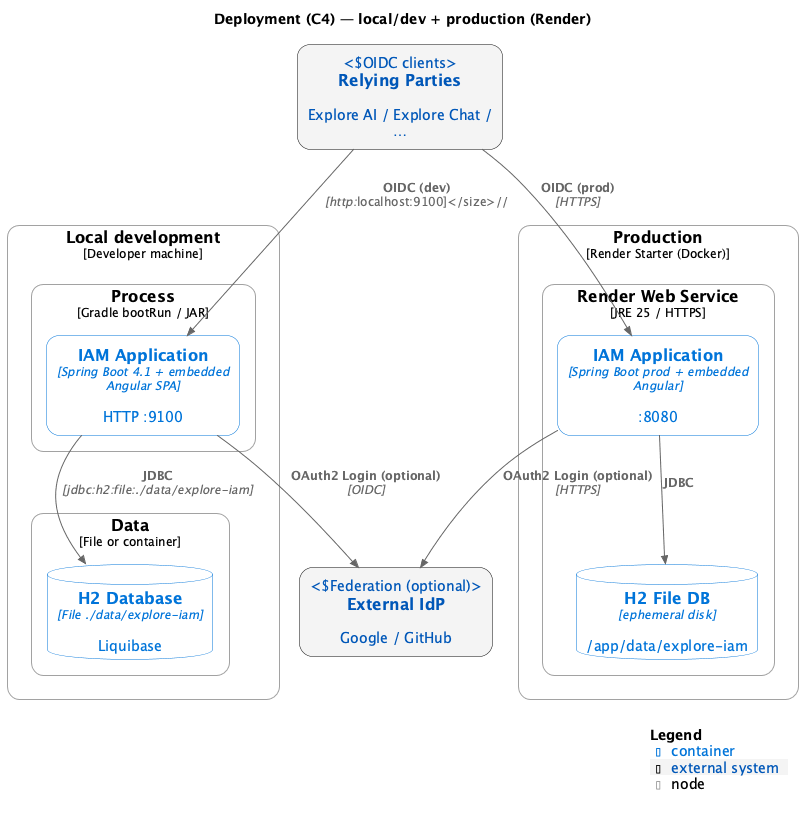
Above: docs/developer/c4-model/png/C4-Deployment.png in felixzhu97/explore-iam (PlantUML), before the change.
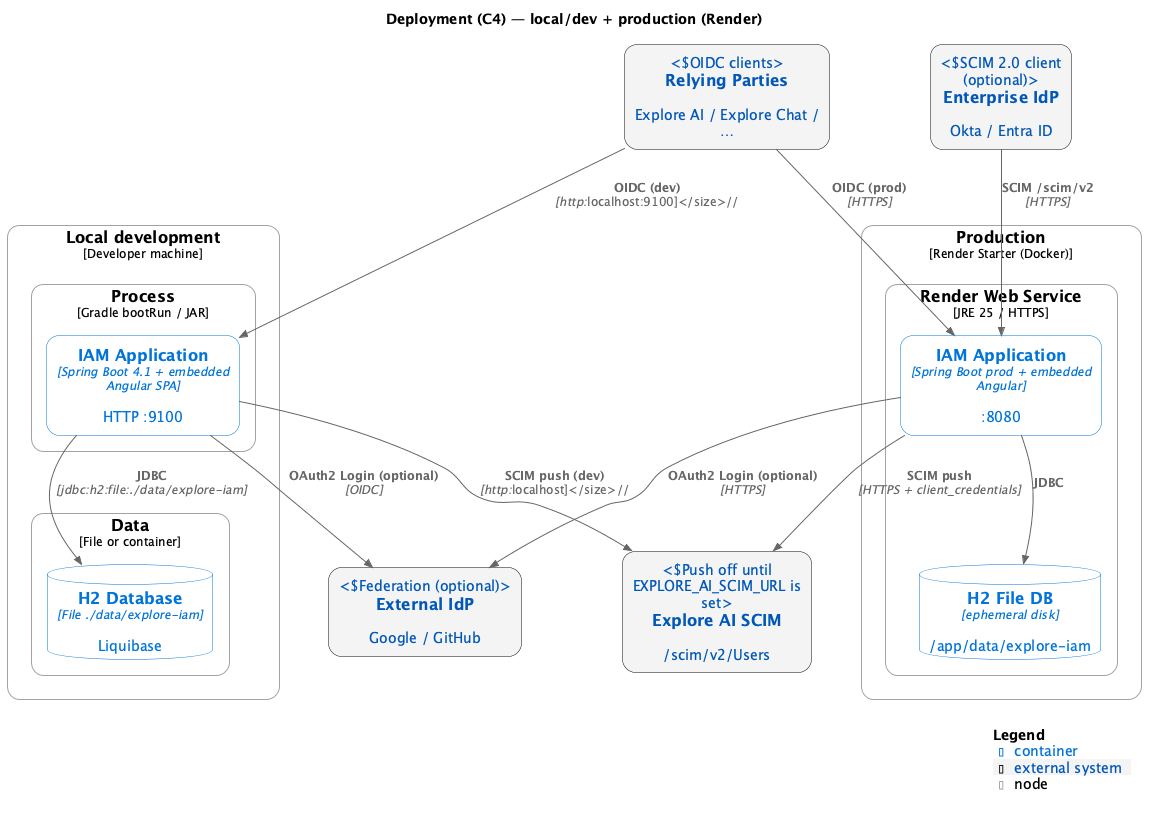
Later version of the same file.

What changed in the source:
```diff
@@ -24,11 +24,16 @@
 
 System_Ext(rps, "Relying Parties", "Explore AI / Explore Chat / …", "OIDC clients")
 System_Ext(idp, "External IdP", "Google / GitHub", "Federation (optional)")
+System_Ext(enterprise_idp, "Enterprise IdP", "Okta / Entra ID", "SCIM 2.0 client (optional)")
+System_Ext(ai_scim, "Explore AI SCIM", "/scim/v2/Users", "Push off until EXPLORE_AI_SCIM_URL is set")
 
 Rel(rps, iam_local, "OIDC (dev)", "http://localhost:9100")
 Rel(rps, iam_prod, "OIDC (prod)", "HTTPS")
 Rel(iam_local, idp, "OAuth2 Login (optional)", "OIDC")
 Rel(iam_prod, idp, "OAuth2 Login (optional)", "HTTPS")
+Rel(enterprise_idp, iam_prod, "SCIM /scim/v2", "HTTPS")
+Rel(iam_prod, ai_scim, "SCIM push", "HTTPS + client_credentials")
+Rel(iam_local, ai_scim, "SCIM push (dev)", "http://localhost")
 
 SHOW_LEGEND()
 
```
